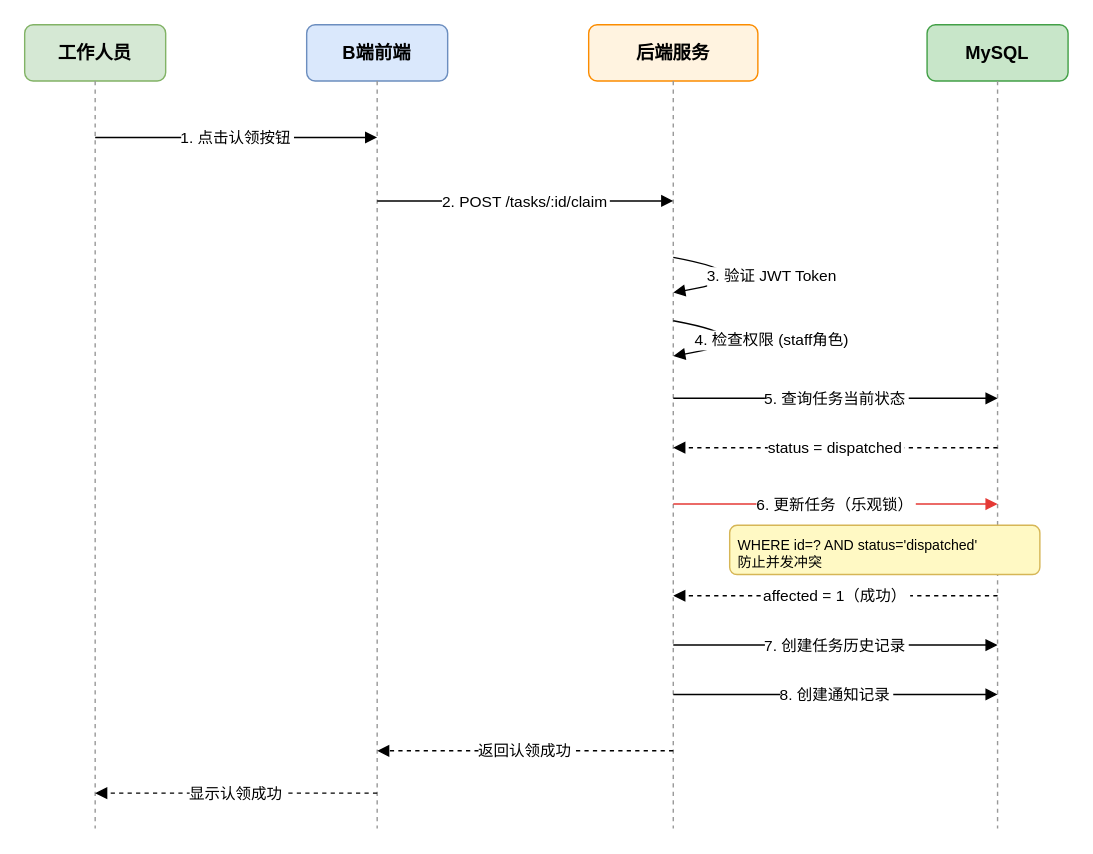
The draw.io diagram paper/附件/diagrams/fig5-2-task-claim.drawio in julesChu12/scare, before the edit. Source tidied: cells renumbered, new cells numbered last; positions are measured from the earlier drawing's top-left corner, leaving out a move shared by most shapes. Both pictures are drawn from the tidied source at 141%, with x=0, y=0 at pixel (24, 24).
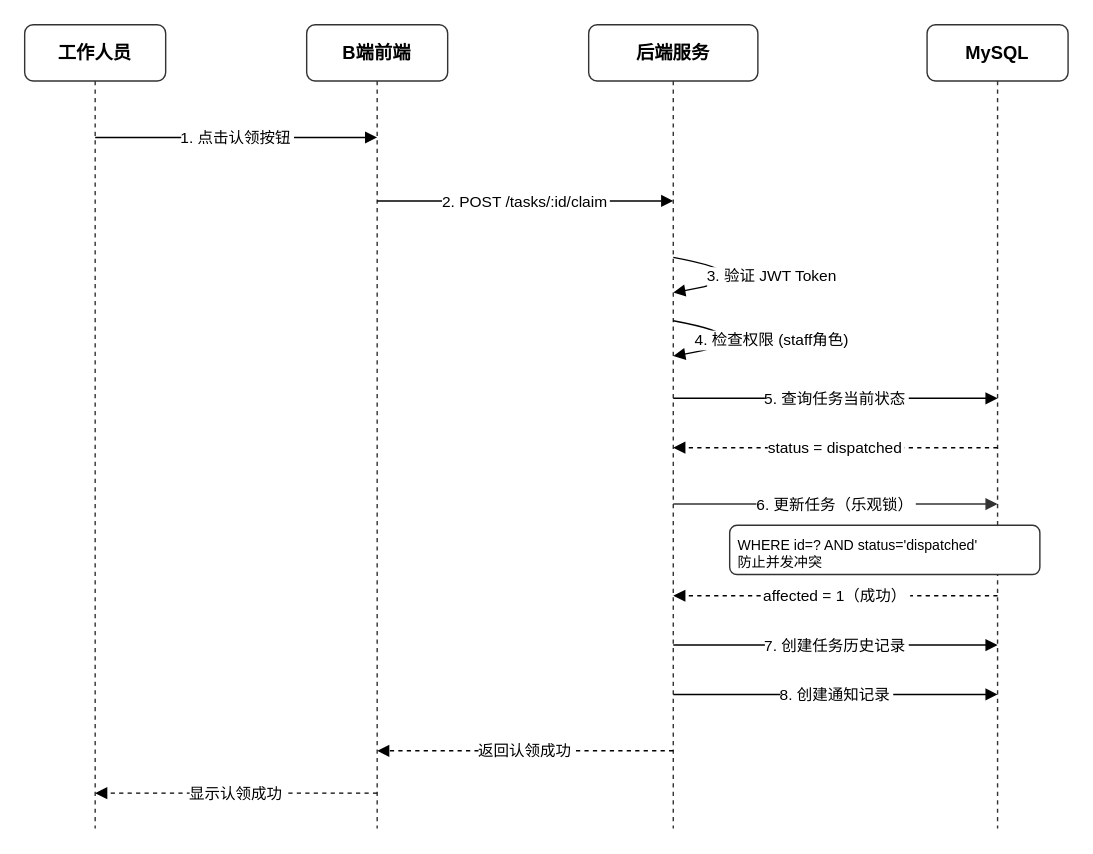
The same diagram, later.

What changed in the source:
```diff
@@
-    <mxCell id="2" value="工作人员" style="rounded=1;whiteSpace=wrap;html=1;fillColor=#d5e8d4;strokeColor=#82b366;fontSize=13;fontStyle=1;" parent="1" vertex="1">
+    <mxCell id="2" value="工作人员" style="rounded=1;whiteSpace=wrap;html=1;fillColor=#ffffff;strokeColor=#333333;fontSize=13;fontStyle=1;" parent="1" vertex="1">
       <mxGeometry width="100" height="40" as="geometry" />
     </mxCell>
-    <mxCell id="3" value="B端前端" style="rounded=1;whiteSpace=wrap;html=1;fillColor=#dae8fc;strokeColor=#6c8ebf;fontSize=13;fontStyle=1;" parent="1" vertex="1">
+    <mxCell id="3" value="B端前端" style="rounded=1;whiteSpace=wrap;html=1;fillColor=#ffffff;strokeColor=#333333;fontSize=13;fontStyle=1;" parent="1" vertex="1">
       <mxGeometry x="200" width="100" height="40" as="geometry" />
     </mxCell>
-    <mxCell id="4" value="后端服务" style="rounded=1;whiteSpace=wrap;html=1;fillColor=#fff3e0;strokeColor=#fb8c00;fontSize=13;fontStyle=1;" parent="1" vertex="1">
+    <mxCell id="4" value="后端服务" style="rounded=1;whiteSpace=wrap;html=1;fillColor=#ffffff;strokeColor=#333333;fontSize=13;fontStyle=1;" parent="1" vertex="1">
       <mxGeometry x="400" width="120" height="40" as="geometry" />
     </mxCell>
-    <mxCell id="5" value="MySQL" style="rounded=1;whiteSpace=wrap;html=1;fillColor=#c8e6c9;strokeColor=#43a047;fontSize=13;fontStyle=1;" parent="1" vertex="1">
+    <mxCell id="5" value="MySQL" style="rounded=1;whiteSpace=wrap;html=1;fillColor=#ffffff;strokeColor=#333333;fontSize=13;fontStyle=1;" parent="1" vertex="1">
       <mxGeometry x="640" width="100" height="40" as="geometry" />
     </mxCell>
-    <mxCell id="6" style="endArrow=none;dashed=1;strokeColor=#999999;" parent="1" edge="1">
+    <mxCell id="6" style="endArrow=none;dashed=1;strokeColor=#333333;" parent="1" edge="1">
       <mxGeometry relative="1" as="geometry">
         <mxPoint x="50" y="40" as="sourcePoint" />
         <mxPoint x="50" y="570" as="targetPoint" />
       </mxGeometry>
     </mxCell>
-    <mxCell id="7" style="endArrow=none;dashed=1;strokeColor=#999999;" parent="1" edge="1">
+    <mxCell id="7" style="endArrow=none;dashed=1;strokeColor=#333333;" parent="1" edge="1">
       <mxGeometry relative="1" as="geometry">
         <mxPoint x="250" y="40" as="sourcePoint" />
         <mxPoint x="250" y="570" as="targetPoint" />
       </mxGeometry>
     </mxCell>
-    <mxCell id="8" style="endArrow=none;dashed=1;strokeColor=#999999;" parent="1" edge="1">
+    <mxCell id="8" style="endArrow=none;dashed=1;strokeColor=#333333;" parent="1" edge="1">
       <mxGeometry relative="1" as="geometry">
         <mxPoint x="460" y="40" as="sourcePoint" />
         <mxPoint x="460" y="570" as="targetPoint" />
       </mxGeometry>
     </mxCell>
-    <mxCell id="9" style="endArrow=none;dashed=1;strokeColor=#999999;" parent="1" edge="1">
+    <mxCell id="9" style="endArrow=none;dashed=1;strokeColor=#333333;" parent="1" edge="1">
       <mxGeometry relative="1" as="geometry">
         <mxPoint x="690" y="40" as="sourcePoint" />
         <mxPoint x="690" y="570" as="targetPoint" />
       </mxGeometry>
     </mxCell>
@@
-    <mxCell id="16" value="6. 更新任务（乐观锁）" style="endArrow=block;endFill=1;fontSize=11;strokeColor=#e53935;" parent="1" edge="1">
+    <mxCell id="16" value="6. 更新任务（乐观锁）" style="endArrow=block;endFill=1;fontSize=11;strokeColor=#333333;" parent="1" edge="1">
       <mxGeometry relative="1" as="geometry">
         <mxPoint x="460" y="340" as="sourcePoint" />
         <mxPoint x="690" y="340" as="targetPoint" />
       </mxGeometry>
     </mxCell>
-    <mxCell id="17" value="WHERE id=? AND status='dispatched'&#10;防止并发冲突" style="text;html=1;align=left;fontSize=10;fillColor=#fff9c4;strokeColor=#d6b656;rounded=1;spacingLeft=4;spacingTop=2;" parent="1" vertex="1">
+    <mxCell id="17" value="WHERE id=? AND status='dispatched'&#10;防止并发冲突" style="text;html=1;align=left;fontSize=10;fillColor=#ffffff;strokeColor=#333333;rounded=1;spacingLeft=4;spacingTop=2;" parent="1" vertex="1">
       <mxGeometry x="500" y="355" width="220" height="35" as="geometry" />
     </mxCell>
```
